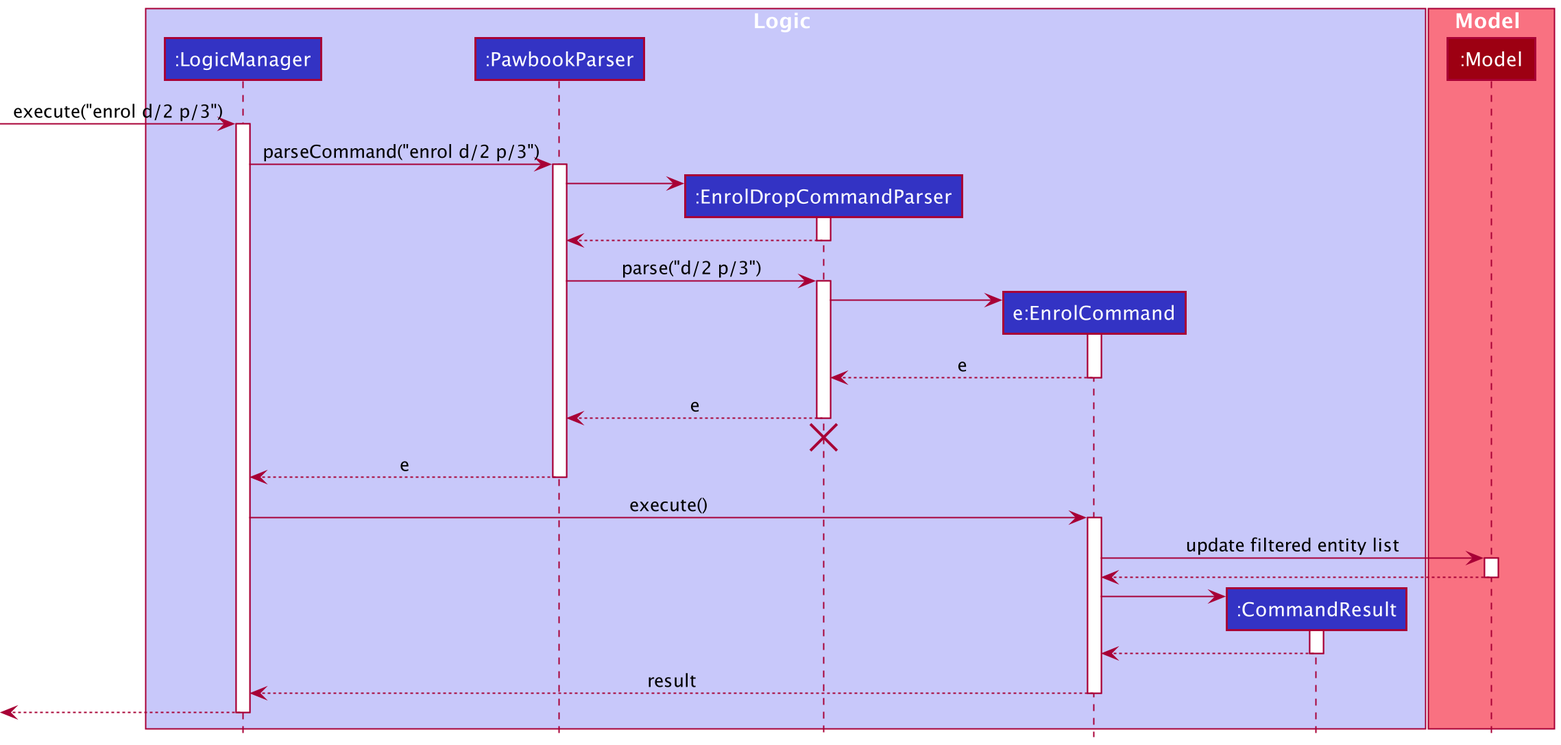
Earlier version of the PlantUML export docs/images/EnrolSequenceDiagram.png (nus-cs2103-AY2021S2/tp). Source of this version:
```plantuml
@startuml
!include style.puml

box Logic LOGIC_COLOR_T1
participant ":LogicManager" as LogicManager LOGIC_COLOR
participant ":PawbookParser" as PawbookParser LOGIC_COLOR
participant ":EnrolDropCommandParser" as EnrolDropCommandParser LOGIC_COLOR
participant "e:EnrolCommand" as EnrolCommand LOGIC_COLOR
participant ":CommandResult" as CommandResult LOGIC_COLOR
end box

box Model MODEL_COLOR_T1
participant ":Model" as Model MODEL_COLOR
end box

[-> LogicManager : execute("enrol d/2 p/3")
activate LogicManager
LogicManager -> PawbookParser : parseCommand("enrol d/2 p/3")
activate PawbookParser

create EnrolDropCommandParser
PawbookParser -> EnrolDropCommandParser
activate EnrolDropCommandParser

EnrolDropCommandParser --> PawbookParser
deactivate EnrolDropCommandParser

PawbookParser -> EnrolDropCommandParser : parse("d/2 p/3")
activate EnrolDropCommandParser

create EnrolCommand
EnrolDropCommandParser -> EnrolCommand
activate EnrolCommand

EnrolCommand --> EnrolDropCommandParser : e
deactivate EnrolCommand

EnrolDropCommandParser --> PawbookParser : e
deactivate EnrolDropCommandParser
EnrolDropCommandParser -[hidden]-> PawbookParser
destroy EnrolDropCommandParser

PawbookParser --> LogicManager : e
deactivate PawbookParser

LogicManager -> EnrolCommand : execute()
activate EnrolCommand

EnrolCommand -> Model : update filtered entity list
activate Model

Model --> EnrolCommand
deactivate Model

create CommandResult
EnrolCommand -> CommandResult
activate CommandResult

CommandResult --> EnrolCommand
deactivate CommandResult

EnrolCommand --> LogicManager : result
deactivate EnrolCommand

[<--LogicManager
deactivate LogicManager
@enduml
```
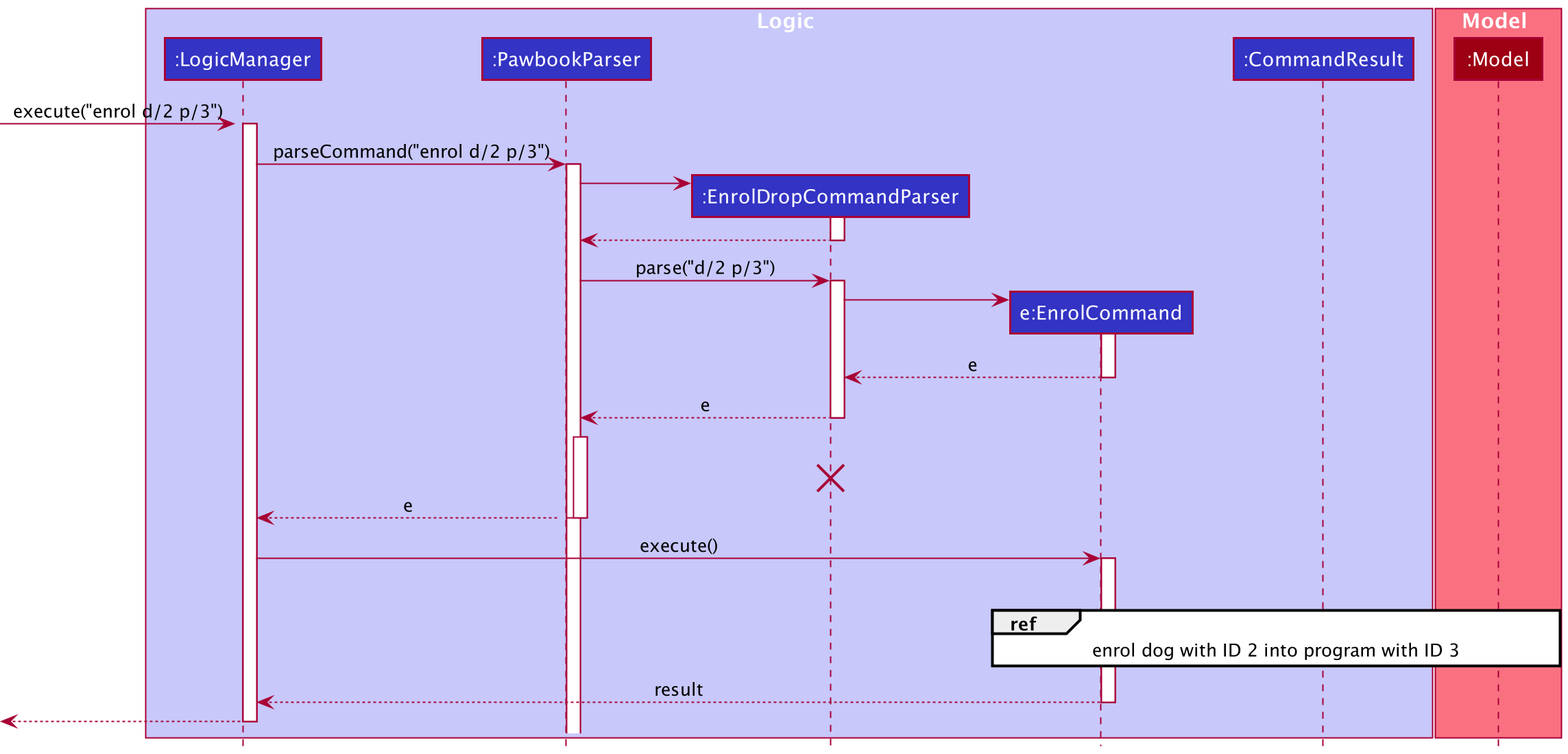
Later version of the same file.

Commit message:
Improve sequence diagrams for enrol

The edit, as a diff of the source:
```diff
@@ -1,5 +1,7 @@
 @startuml
 !include style.puml
+
+autoactivate on
 
 box Logic LOGIC_COLOR_T1
 participant ":LogicManager" as LogicManager LOGIC_COLOR
@@ -44,20 +46,11 @@
 deactivate PawbookParser
 
 LogicManager -> EnrolCommand : execute()
+ref over EnrolCommand, Model : enrol dog with ID 2 into program with ID 3
+
 activate EnrolCommand
 
-EnrolCommand -> Model : update filtered entity list
-activate Model
-
-Model --> EnrolCommand
 deactivate Model
-
-create CommandResult
-EnrolCommand -> CommandResult
-activate CommandResult
-
-CommandResult --> EnrolCommand
-deactivate CommandResult
 
 EnrolCommand --> LogicManager : result
 deactivate EnrolCommand
```
